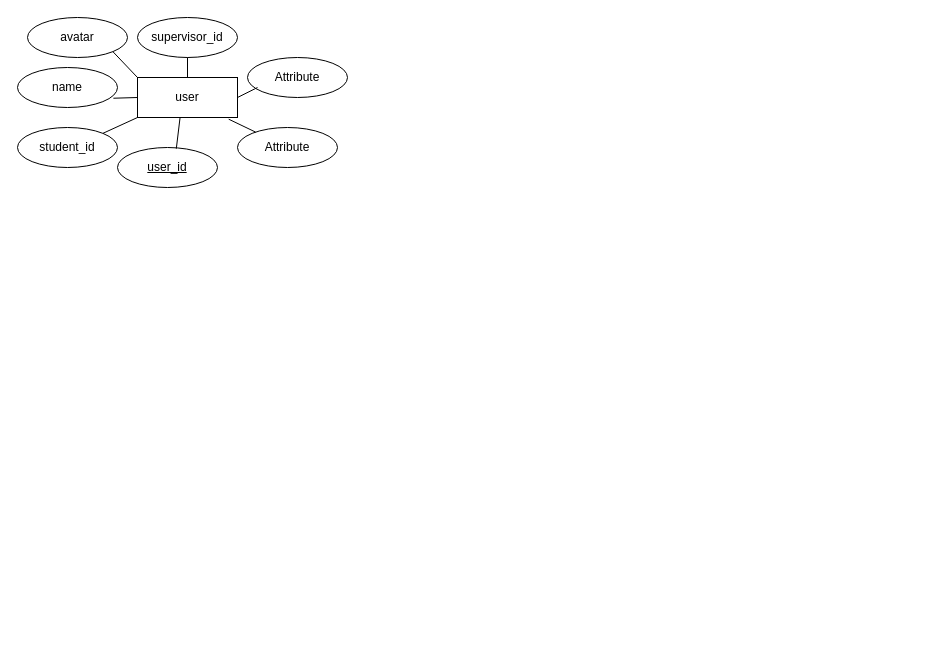
Above: Untitled Diagram.drawio in bundalaa/CDE_management_platform_ERD (draw.io), before the change. Source tidied: cells renumbered, new cells numbered last; positions are measured from the earlier drawing's top-left corner, leaving out a move shared by most shapes. Both pictures are drawn from the tidied source at 100%, with x=0, y=0 at pixel (17, 17).
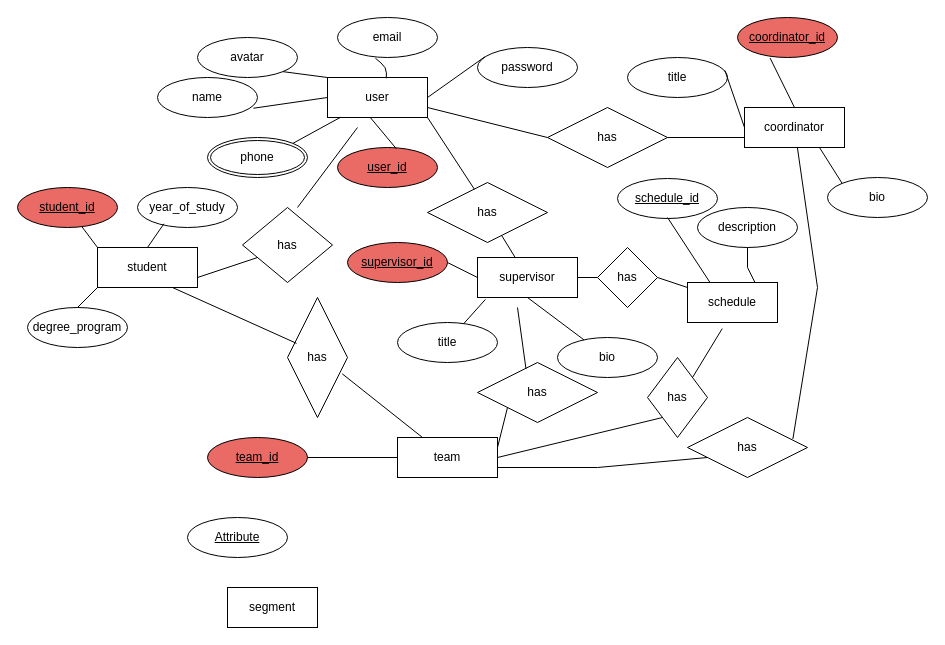
The same page after the edit.

Diff of the diagram source:
```diff
@@
     <mxCell id="2" value="user" style="whiteSpace=wrap;html=1;align=center;" parent="1" vertex="1">
-      <mxGeometry x="120" y="60" width="100" height="40" as="geometry" />
+      <mxGeometry x="310" y="60" width="100" height="40" as="geometry" />
     </mxCell>
-    <mxCell id="3" value="user_id" style="ellipse;whiteSpace=wrap;html=1;align=center;fontStyle=4;" parent="1" vertex="1">
-      <mxGeometry x="100" y="130" width="100" height="40" as="geometry" />
+    <mxCell id="3" value="user_id" style="ellipse;whiteSpace=wrap;html=1;align=center;fontStyle=4;fillColor=#EA6B66;" parent="1" vertex="1">
+      <mxGeometry x="320" y="130" width="100" height="40" as="geometry" />
     </mxCell>
     <mxCell id="4" value="avatar" style="ellipse;whiteSpace=wrap;html=1;align=center;" parent="1" vertex="1">
-      <mxGeometry x="10" width="100" height="40" as="geometry" />
+      <mxGeometry x="180" y="20" width="100" height="40" as="geometry" />
     </mxCell>
-    <mxCell id="5" value="Attribute" style="ellipse;whiteSpace=wrap;html=1;align=center;" parent="1" vertex="1">
-      <mxGeometry x="220" y="110" width="100" height="40" as="geometry" />
-    </mxCell>
-    <mxCell id="6" value="Attribute" style="ellipse;whiteSpace=wrap;html=1;align=center;" parent="1" vertex="1">
-      <mxGeometry x="230" y="40" width="100" height="40" as="geometry" />
+    <mxCell id="6" value="password" style="ellipse;whiteSpace=wrap;html=1;align=center;" parent="1" vertex="1">
+      <mxGeometry x="460" y="30" width="100" height="40" as="geometry" />
     </mxCell>
-    <mxCell id="7" value="supervisor_id" style="ellipse;whiteSpace=wrap;html=1;align=center;" parent="1" vertex="1">
-      <mxGeometry x="120" width="100" height="40" as="geometry" />
-    </mxCell>
-    <mxCell id="8" value="student_id" style="ellipse;whiteSpace=wrap;html=1;align=center;" parent="1" vertex="1">
-      <mxGeometry y="110" width="100" height="40" as="geometry" />
-    </mxCell>
     <mxCell id="9" value="name" style="ellipse;whiteSpace=wrap;html=1;align=center;" parent="1" vertex="1">
-      <mxGeometry y="50" width="100" height="40" as="geometry" />
+      <mxGeometry x="140" y="60" width="100" height="40" as="geometry" />
     </mxCell>
-    <mxCell id="10" style="endArrow=none;html=1;exitX=1;exitY=0.5;exitDx=0;exitDy=0;" parent="1" edge="1" source="2">
-      <mxGeometry relative="1" as="geometry">
-        <mxPoint x="240" y="70" as="targetPoint" />
-      </mxGeometry>
+    <mxCell id="10" style="endArrow=none;html=1;exitX=1;exitY=0.5;exitDx=0;exitDy=0;entryX=0.074;entryY=0.232;entryDx=0;entryDy=0;entryPerimeter=0;" parent="1" edge="1" source="2" target="6">
+      <mxGeometry relative="1" as="geometry" />
     </mxCell>
-    <mxCell id="11" style="endArrow=none;html=1;exitX=0.5;exitY=0;exitDx=0;exitDy=0;" parent="1" edge="1" source="2" target="7">
-      <mxGeometry relative="1" as="geometry" />
-    </mxCell>
@@
-    <mxCell id="15" style="endArrow=none;html=1;entryX=0;entryY=1;entryDx=0;entryDy=0;exitX=1;exitY=0;exitDx=0;exitDy=0;" parent="1" edge="1" source="8" target="2">
-      <mxGeometry relative="1" as="geometry" />
-    </mxCell>
-    <mxCell id="16" style="endArrow=none;html=1;entryX=0.912;entryY=1.042;entryDx=0;entryDy=0;entryPerimeter=0;" parent="1" edge="1" source="5" target="2">
-      <mxGeometry relative="1" as="geometry" />
-    </mxCell>
+    <mxCell id="17" value="email" style="ellipse;whiteSpace=wrap;html=1;align=center;" parent="1" vertex="1">
+      <mxGeometry x="320" width="100" height="40" as="geometry" />
+    </mxCell>
+    <mxCell id="18" value="phone" style="ellipse;shape=doubleEllipse;margin=3;whiteSpace=wrap;html=1;align=center;" parent="1" vertex="1">
+      <mxGeometry x="190" y="120" width="100" height="40" as="geometry" />
+    </mxCell>
+    <mxCell id="19" style="endArrow=none;html=1;entryX=0.131;entryY=0.994;entryDx=0;entryDy=0;entryPerimeter=0;exitX=1;exitY=0;exitDx=0;exitDy=0;" parent="1" edge="1" source="18" target="2">
+      <mxGeometry relative="1" as="geometry" />
+    </mxCell>
+    <mxCell id="20" style="endArrow=none;html=1;exitX=0.588;exitY=0.018;exitDx=0;exitDy=0;exitPerimeter=0;entryX=0.379;entryY=1.018;entryDx=0;entryDy=0;entryPerimeter=0;" parent="1" edge="1" source="2" target="17">
+      <mxGeometry relative="1" as="geometry">
+        <Array as="points">
+          <mxPoint x="369" y="50" />
+        </Array>
+      </mxGeometry>
+    </mxCell>
+    <mxCell id="21" value="coordinator" style="whiteSpace=wrap;html=1;align=center;fillColor=#FFFFFF;" parent="1" vertex="1">
+      <mxGeometry x="727" y="90" width="100" height="40" as="geometry" />
+    </mxCell>
+    <mxCell id="22" value="supervisor" style="whiteSpace=wrap;html=1;align=center;fillColor=#FFFFFF;" parent="1" vertex="1">
+      <mxGeometry x="460" y="240" width="100" height="40" as="geometry" />
+    </mxCell>
+    <mxCell id="23" value="student" style="whiteSpace=wrap;html=1;align=center;fillColor=#FFFFFF;" parent="1" vertex="1">
+      <mxGeometry x="80" y="230" width="100" height="40" as="geometry" />
+    </mxCell>
+    <mxCell id="24" value="degree_program" style="ellipse;whiteSpace=wrap;html=1;align=center;fillColor=#FFFFFF;" parent="1" vertex="1">
+      <mxGeometry x="10" y="290" width="100" height="40" as="geometry" />
+    </mxCell>
+    <mxCell id="25" value="year_of_study" style="ellipse;whiteSpace=wrap;html=1;align=center;fillColor=#FFFFFF;" parent="1" vertex="1">
+      <mxGeometry x="120" y="170" width="100" height="40" as="geometry" />
+    </mxCell>
+    <mxCell id="26" style="endArrow=none;html=1;exitX=0;exitY=0;exitDx=0;exitDy=0;" parent="1" edge="1" source="23" target="8">
+      <mxGeometry relative="1" as="geometry" />
+    </mxCell>
+    <mxCell id="27" style="endArrow=none;html=1;entryX=0;entryY=1;entryDx=0;entryDy=0;exitX=0.5;exitY=0;exitDx=0;exitDy=0;" parent="1" edge="1" source="24" target="23">
+      <mxGeometry relative="1" as="geometry" />
+    </mxCell>
+    <mxCell id="28" style="endArrow=none;html=1;entryX=0.264;entryY=0.907;entryDx=0;entryDy=0;entryPerimeter=0;" parent="1" edge="1" target="25">
+      <mxGeometry relative="1" as="geometry">
+        <mxPoint x="130" y="230" as="sourcePoint" />
+      </mxGeometry>
+    </mxCell>
+    <mxCell id="8" value="student_id" style="ellipse;whiteSpace=wrap;html=1;align=center;fontStyle=4;fillColor=#EA6B66;" parent="1" vertex="1">
+      <mxGeometry y="170" width="100" height="40" as="geometry" />
+    </mxCell>
+    <mxCell id="29" value="coordinator_id" style="ellipse;whiteSpace=wrap;html=1;align=center;fontStyle=4;fillColor=#EA6B66;" parent="1" vertex="1">
+      <mxGeometry x="720" width="100" height="40" as="geometry" />
+    </mxCell>
+    <mxCell id="7" value="supervisor_id" style="ellipse;whiteSpace=wrap;html=1;align=center;fontStyle=4;fillColor=#EA6B66;" parent="1" vertex="1">
+      <mxGeometry x="330" y="225" width="100" height="40" as="geometry" />
+    </mxCell>
+    <mxCell id="30" value="title" style="ellipse;whiteSpace=wrap;html=1;align=center;fillColor=#FFFFFF;" parent="1" vertex="1">
+      <mxGeometry x="380" y="305" width="100" height="40" as="geometry" />
+    </mxCell>
+    <mxCell id="31" value="bio" style="ellipse;whiteSpace=wrap;html=1;align=center;fillColor=#FFFFFF;" parent="1" vertex="1">
+      <mxGeometry x="540" y="320" width="100" height="40" as="geometry" />
+    </mxCell>
+    <mxCell id="32" value="bio" style="ellipse;whiteSpace=wrap;html=1;align=center;fillColor=#FFFFFF;" parent="1" vertex="1">
+      <mxGeometry x="810" y="160" width="100" height="40" as="geometry" />
+    </mxCell>
+    <mxCell id="33" value="title" style="ellipse;whiteSpace=wrap;html=1;align=center;fillColor=#FFFFFF;" parent="1" vertex="1">
+      <mxGeometry x="610" y="40" width="100" height="40" as="geometry" />
+    </mxCell>
+    <mxCell id="34" style="endArrow=none;html=1;exitX=0.079;exitY=1.049;exitDx=0;exitDy=0;exitPerimeter=0;" parent="1" edge="1" source="22" target="30">
+      <mxGeometry relative="1" as="geometry" />
+    </mxCell>
+    <mxCell id="35" style="endArrow=none;html=1;exitX=0.5;exitY=1;exitDx=0;exitDy=0;" parent="1" edge="1" source="22" target="31">
+      <mxGeometry relative="1" as="geometry" />
+    </mxCell>
+    <mxCell id="36" style="endArrow=none;html=1;exitX=0;exitY=0.5;exitDx=0;exitDy=0;entryX=1;entryY=0.5;entryDx=0;entryDy=0;" parent="1" edge="1" source="22" target="7">
+      <mxGeometry relative="1" as="geometry" />
+    </mxCell>
+    <mxCell id="37" style="endArrow=none;html=1;entryX=0.326;entryY=1.014;entryDx=0;entryDy=0;entryPerimeter=0;exitX=0.5;exitY=0;exitDx=0;exitDy=0;" parent="1" edge="1" source="21" target="29">
+      <mxGeometry relative="1" as="geometry" />
+    </mxCell>
+    <mxCell id="38" style="endArrow=none;html=1;entryX=0.75;entryY=1;entryDx=0;entryDy=0;exitX=0;exitY=0;exitDx=0;exitDy=0;" parent="1" edge="1" source="32" target="21">
+      <mxGeometry relative="1" as="geometry" />
+    </mxCell>
+    <mxCell id="39" style="endArrow=none;html=1;entryX=0;entryY=0.5;entryDx=0;entryDy=0;exitX=0.974;exitY=0.324;exitDx=0;exitDy=0;exitPerimeter=0;" parent="1" edge="1" source="33" target="21">
+      <mxGeometry relative="1" as="geometry" />
+    </mxCell>
+    <mxCell id="40" value="has" style="shape=rhombus;perimeter=rhombusPerimeter;whiteSpace=wrap;html=1;align=center;fillColor=#FFFFFF;direction=west;" parent="1" vertex="1">
+      <mxGeometry x="225" y="190" width="90" height="75" as="geometry" />
+    </mxCell>
+    <mxCell id="41" style="endArrow=none;html=1;rounded=0;exitX=0.389;exitY=1;exitDx=0;exitDy=0;exitPerimeter=0;" parent="1" edge="1" source="40">
+      <mxGeometry relative="1" as="geometry">
+        <mxPoint x="340" y="110" as="targetPoint" />
+      </mxGeometry>
+    </mxCell>
+    <mxCell id="42" style="endArrow=none;html=1;rounded=0;exitX=0.833;exitY=0.333;exitDx=0;exitDy=0;exitPerimeter=0;entryX=1;entryY=0.75;entryDx=0;entryDy=0;" parent="1" edge="1" source="40" target="23">
+      <mxGeometry relative="1" as="geometry" />
+    </mxCell>
+    <mxCell id="43" value="has" style="shape=rhombus;perimeter=rhombusPerimeter;whiteSpace=wrap;html=1;align=center;fillColor=#FFFFFF;" parent="1" vertex="1">
+      <mxGeometry x="410" y="165" width="120" height="60" as="geometry" />
+    </mxCell>
+    <mxCell id="44" style="endArrow=none;html=1;rounded=0;" parent="1" edge="1" source="43" target="22">
+      <mxGeometry relative="1" as="geometry" />
+    </mxCell>
+    <mxCell id="45" style="endArrow=none;html=1;rounded=0;entryX=0.391;entryY=0.113;entryDx=0;entryDy=0;entryPerimeter=0;" parent="1" edge="1" target="43">
+      <mxGeometry relative="1" as="geometry">
+        <mxPoint x="410" y="100" as="sourcePoint" />
+      </mxGeometry>
+    </mxCell>
+    <mxCell id="46" value="has" style="shape=rhombus;perimeter=rhombusPerimeter;whiteSpace=wrap;html=1;align=center;fillColor=#FFFFFF;" parent="1" vertex="1">
+      <mxGeometry x="530" y="90" width="120" height="60" as="geometry" />
+    </mxCell>
+    <mxCell id="47" style="endArrow=none;html=1;rounded=0;entryX=0;entryY=0.5;entryDx=0;entryDy=0;" parent="1" edge="1" target="46">
+      <mxGeometry relative="1" as="geometry">
+        <mxPoint x="410" y="90" as="sourcePoint" />
+      </mxGeometry>
+    </mxCell>
+    <mxCell id="48" style="endArrow=none;html=1;rounded=0;entryX=0;entryY=0.75;entryDx=0;entryDy=0;exitX=1;exitY=0.5;exitDx=0;exitDy=0;" parent="1" edge="1" source="46" target="21">
+      <mxGeometry relative="1" as="geometry" />
+    </mxCell>
+    <mxCell id="49" value="team" style="whiteSpace=wrap;html=1;align=center;fillColor=#FFFFFF;" parent="1" vertex="1">
+      <mxGeometry x="380" y="420" width="100" height="40" as="geometry" />
+    </mxCell>
+    <mxCell id="50" value="team_id" style="ellipse;whiteSpace=wrap;html=1;align=center;fontStyle=4;fillColor=#EA6B66;" parent="1" vertex="1">
+      <mxGeometry x="190" y="420" width="100" height="40" as="geometry" />
+    </mxCell>
+    <mxCell id="51" style="endArrow=none;html=1;rounded=0;exitX=1;exitY=0.5;exitDx=0;exitDy=0;entryX=0;entryY=0.5;entryDx=0;entryDy=0;" parent="1" edge="1" source="50" target="49">
+      <mxGeometry relative="1" as="geometry" />
+    </mxCell>
+    <mxCell id="52" value="has" style="shape=rhombus;perimeter=rhombusPerimeter;whiteSpace=wrap;html=1;align=center;fillColor=#FFFFFF;direction=south;" parent="1" vertex="1">
+      <mxGeometry x="270" y="280" width="60" height="120" as="geometry" />
+    </mxCell>
+    <mxCell id="53" style="endArrow=none;html=1;rounded=0;entryX=0.25;entryY=0;entryDx=0;entryDy=0;exitX=0.636;exitY=0.088;exitDx=0;exitDy=0;exitPerimeter=0;" parent="1" edge="1" source="52" target="49">
+      <mxGeometry relative="1" as="geometry" />
+    </mxCell>
+    <mxCell id="54" style="endArrow=none;html=1;rounded=0;entryX=0.75;entryY=1;entryDx=0;entryDy=0;exitX=0.382;exitY=0.85;exitDx=0;exitDy=0;exitPerimeter=0;" parent="1" edge="1" source="52" target="23">
+      <mxGeometry relative="1" as="geometry" />
+    </mxCell>
+    <mxCell id="55" value="schedule" style="whiteSpace=wrap;html=1;align=center;fillColor=#FFFFFF;" parent="1" vertex="1">
+      <mxGeometry x="670" y="265" width="90" height="40" as="geometry" />
+    </mxCell>
+    <mxCell id="56" value="has" style="shape=rhombus;perimeter=rhombusPerimeter;whiteSpace=wrap;html=1;align=center;fillColor=#FFFFFF;direction=west;" parent="1" vertex="1">
+      <mxGeometry x="670" y="400" width="120" height="60" as="geometry" />
+    </mxCell>
+    <mxCell id="57" value="has" style="shape=rhombus;perimeter=rhombusPerimeter;whiteSpace=wrap;html=1;align=center;fillColor=#FFFFFF;" parent="1" vertex="1">
+      <mxGeometry x="460" y="345" width="120" height="60" as="geometry" />
+    </mxCell>
+    <mxCell id="58" style="endArrow=none;html=1;rounded=0;" parent="1" edge="1">
+      <mxGeometry relative="1" as="geometry">
+        <mxPoint x="480" y="450" as="sourcePoint" />
+        <mxPoint x="690" y="440" as="targetPoint" />
+        <Array as="points">
+          <mxPoint x="580" y="450" />
+        </Array>
+      </mxGeometry>
+    </mxCell>
+    <mxCell id="59" style="endArrow=none;html=1;rounded=0;exitX=0.122;exitY=0.641;exitDx=0;exitDy=0;exitPerimeter=0;" parent="1" edge="1" source="56" target="21">
+      <mxGeometry relative="1" as="geometry">
+        <Array as="points">
+          <mxPoint x="800" y="270" />
+        </Array>
+      </mxGeometry>
+    </mxCell>
+    <mxCell id="60" style="endArrow=none;html=1;rounded=0;entryX=0;entryY=1;entryDx=0;entryDy=0;exitX=1;exitY=0.25;exitDx=0;exitDy=0;" parent="1" edge="1" source="49" target="57">
+      <mxGeometry relative="1" as="geometry" />
+    </mxCell>
+    <mxCell id="61" style="endArrow=none;html=1;rounded=0;exitX=0.404;exitY=0.105;exitDx=0;exitDy=0;exitPerimeter=0;" parent="1" edge="1" source="57">
+      <mxGeometry relative="1" as="geometry">
+        <mxPoint x="500" y="290" as="targetPoint" />
+      </mxGeometry>
+    </mxCell>
+    <mxCell id="62" value="segment" style="whiteSpace=wrap;html=1;align=center;fillColor=#FFFFFF;" parent="1" vertex="1">
+      <mxGeometry x="210" y="570" width="90" height="40" as="geometry" />
+    </mxCell>
+    <mxCell id="5" value="Attribute" style="ellipse;whiteSpace=wrap;html=1;align=center;fontStyle=4;fillColor=#FFFFFF;" parent="1" vertex="1">
+      <mxGeometry x="170" y="500" width="100" height="40" as="geometry" />
+    </mxCell>
+    <mxCell id="63" value="schedule_id" style="ellipse;whiteSpace=wrap;html=1;align=center;fontStyle=4;fillColor=#FFFFFF;" parent="1" vertex="1">
+      <mxGeometry x="600" y="161" width="100" height="40" as="geometry" />
+    </mxCell>
+    <mxCell id="64" style="endArrow=none;html=1;rounded=0;entryX=0.25;entryY=0;entryDx=0;entryDy=0;" parent="1" edge="1" target="55">
+      <mxGeometry relative="1" as="geometry">
+        <mxPoint x="650" y="200" as="sourcePoint" />
+      </mxGeometry>
+    </mxCell>
+    <mxCell id="65" value="description" style="ellipse;whiteSpace=wrap;html=1;align=center;fillColor=#FFFFFF;" parent="1" vertex="1">
+      <mxGeometry x="680" y="190" width="100" height="40" as="geometry" />
+    </mxCell>
+    <mxCell id="66" style="endArrow=none;html=1;rounded=0;exitX=0.75;exitY=0;exitDx=0;exitDy=0;" parent="1" edge="1" source="55" target="65">
+      <mxGeometry relative="1" as="geometry">
+        <Array as="points">
+          <mxPoint x="730" y="250" />
+        </Array>
+      </mxGeometry>
+    </mxCell>
+    <mxCell id="67" value="has" style="shape=rhombus;perimeter=rhombusPerimeter;whiteSpace=wrap;html=1;align=center;fillColor=#FFFFFF;" parent="1" vertex="1">
+      <mxGeometry x="580" y="230" width="60" height="60" as="geometry" />
+    </mxCell>
+    <mxCell id="68" style="endArrow=none;html=1;rounded=0;exitX=1;exitY=0.5;exitDx=0;exitDy=0;" parent="1" edge="1" source="67">
+      <mxGeometry relative="1" as="geometry">
+        <mxPoint x="670" y="270" as="targetPoint" />
+      </mxGeometry>
+    </mxCell>
+    <mxCell id="69" style="endArrow=none;html=1;rounded=0;entryX=0;entryY=0.5;entryDx=0;entryDy=0;" parent="1" edge="1" target="67">
+      <mxGeometry relative="1" as="geometry">
+        <mxPoint x="560" y="260" as="sourcePoint" />
+      </mxGeometry>
+    </mxCell>
+    <mxCell id="70" value="has" style="shape=rhombus;perimeter=rhombusPerimeter;whiteSpace=wrap;html=1;align=center;fillColor=#FFFFFF;direction=south;" parent="1" vertex="1">
+      <mxGeometry x="630" y="340" width="60" height="80" as="geometry" />
+    </mxCell>
+    <mxCell id="71" style="endArrow=none;html=1;rounded=0;entryX=1;entryY=1;entryDx=0;entryDy=0;" parent="1" edge="1" target="70">
+      <mxGeometry relative="1" as="geometry">
+        <mxPoint x="480" y="440" as="sourcePoint" />
+      </mxGeometry>
+    </mxCell>
+    <mxCell id="72" style="endArrow=none;html=1;rounded=0;entryX=0.386;entryY=1.152;entryDx=0;entryDy=0;entryPerimeter=0;exitX=0;exitY=0;exitDx=0;exitDy=0;" parent="1" edge="1" source="70" target="55">
+      <mxGeometry relative="1" as="geometry" />
+    </mxCell>
```
